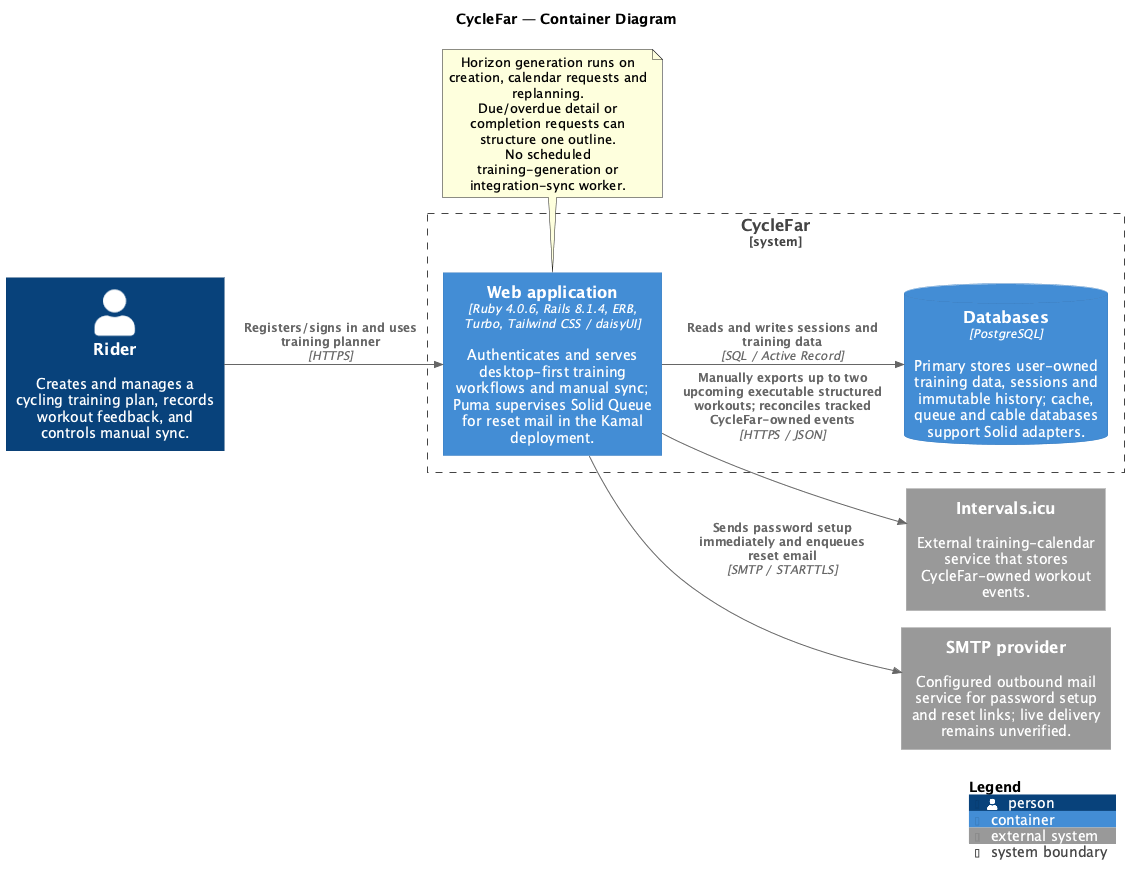
Above: docs/diagrams/png/container-cyclefar.png in richardhartme/cyclefar (PlantUML), before the change. Its source is kept beside it as docs/diagrams/container-cyclefar.puml.
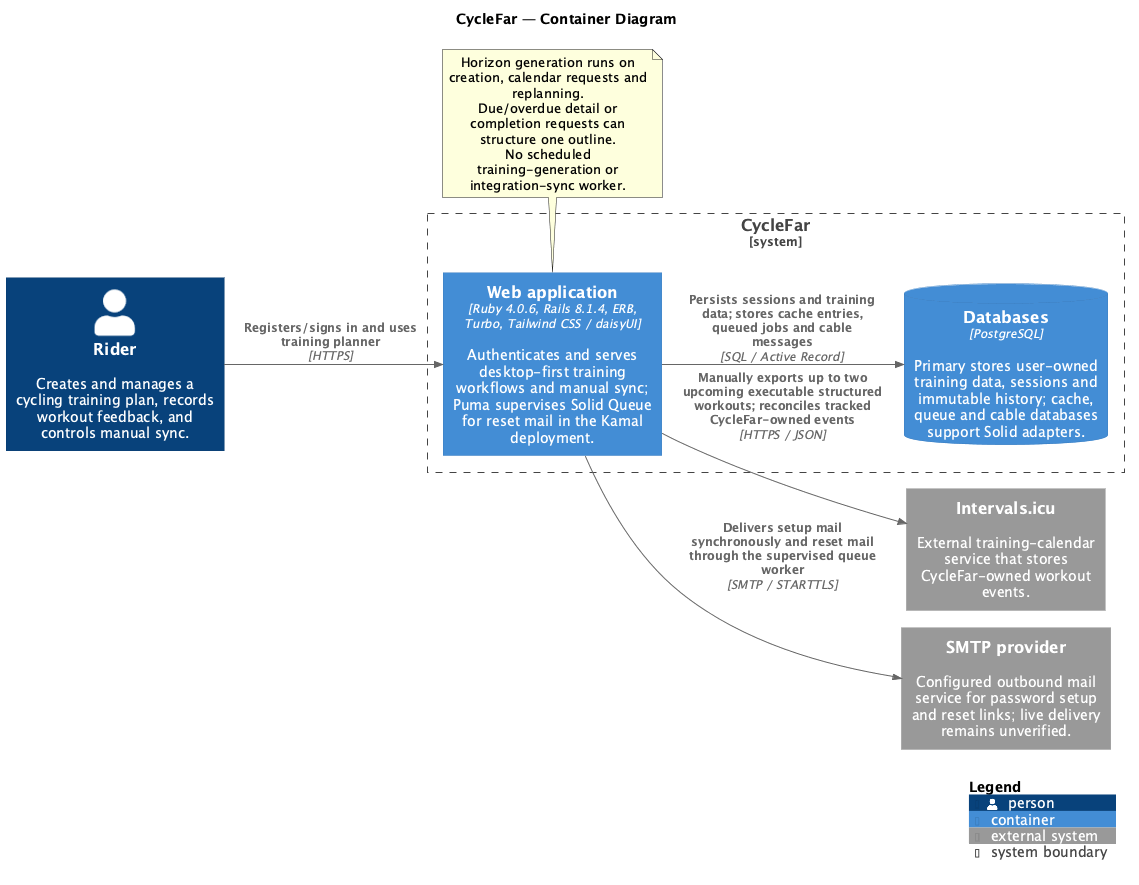
The same file after the commit.

The edit, as a diff of the source:
```diff
@@ -17,9 +17,9 @@
 System_Ext(smtp, "SMTP provider", "Configured outbound mail service for password setup and reset links; live delivery remains unverified.")
 
 Rel(rider, web_application, "Registers/signs in and uses training planner", "HTTPS")
-Rel(web_application, database, "Reads and writes sessions and training data", "SQL / Active Record")
+Rel(web_application, database, "Persists sessions and training data; stores cache entries, queued jobs and cable messages", "SQL / Active Record")
 Rel(web_application, intervals_icu, "Manually exports up to two upcoming executable structured workouts; reconciles tracked CycleFar-owned events", "HTTPS / JSON")
-Rel(web_application, smtp, "Sends password setup immediately and enqueues reset email", "SMTP / STARTTLS")
+Rel(web_application, smtp, "Delivers setup mail synchronously and reset mail through the supervised queue worker", "SMTP / STARTTLS")
 
 note bottom of web_application
   Horizon generation runs on creation, calendar requests and replanning.
```
